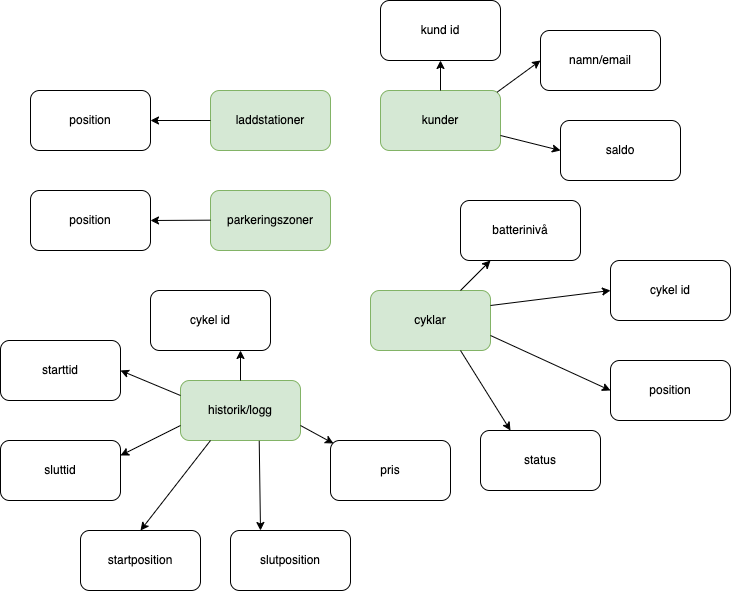
Earlier version of the draw.io export databaseskiss.png (andreasthiberg/vteam-grupp5). Source tidied: cells renumbered, new cells last; positions are measured from the earlier drawing's top-left corner, leaving out a move shared by most shapes. Source of this version:
```xml
<mxGraphModel background="#ffffff">
  <root>
    <mxCell id="0" />
    <mxCell id="1" parent="0" />
    <mxCell id="2" value="cyklar" style="rounded=1;whiteSpace=wrap;html=1;fillColor=#d5e8d4;strokeColor=#82b366;" parent="1" vertex="1">
      <mxGeometry x="370" y="290" width="120" height="60" as="geometry" />
    </mxCell>
    <mxCell id="3" value="position" style="rounded=1;whiteSpace=wrap;html=1;" parent="1" vertex="1">
      <mxGeometry x="610" y="360" width="120" height="60" as="geometry" />
    </mxCell>
    <mxCell id="4" value="kunder" style="rounded=1;whiteSpace=wrap;html=1;fillColor=#d5e8d4;strokeColor=#82b366;" parent="1" vertex="1">
      <mxGeometry x="380" y="90" width="120" height="60" as="geometry" />
    </mxCell>
    <mxCell id="5" value="status" style="rounded=1;whiteSpace=wrap;html=1;" parent="1" vertex="1">
      <mxGeometry x="480" y="430" width="120" height="60" as="geometry" />
    </mxCell>
    <mxCell id="6" value="cykel id" style="rounded=1;whiteSpace=wrap;html=1;" parent="1" vertex="1">
      <mxGeometry x="610" y="260" width="120" height="60" as="geometry" />
    </mxCell>
    <mxCell id="7" value="kund id" style="rounded=1;whiteSpace=wrap;html=1;" parent="1" vertex="1">
      <mxGeometry x="380" width="120" height="60" as="geometry" />
    </mxCell>
    <mxCell id="8" value="laddstationer" style="rounded=1;whiteSpace=wrap;html=1;fillColor=#d5e8d4;strokeColor=#82b366;" parent="1" vertex="1">
      <mxGeometry x="210" y="90" width="120" height="60" as="geometry" />
    </mxCell>
    <mxCell id="9" value="parkeringszoner" style="rounded=1;whiteSpace=wrap;html=1;fillColor=#d5e8d4;strokeColor=#82b366;" parent="1" vertex="1">
      <mxGeometry x="210" y="190" width="120" height="60" as="geometry" />
    </mxCell>
    <mxCell id="10" style="endArrow=classic;html=1;rounded=0;entryX=0;entryY=0.5;entryDx=0;entryDy=0;exitX=1;exitY=0.25;exitDx=0;exitDy=0;" parent="1" edge="1" source="2" target="6">
      <mxGeometry relative="1" as="geometry" />
    </mxCell>
    <mxCell id="11" style="endArrow=classic;html=1;rounded=0;entryX=0;entryY=0.5;entryDx=0;entryDy=0;exitX=1;exitY=0.75;exitDx=0;exitDy=0;" parent="1" edge="1" source="2" target="3">
      <mxGeometry relative="1" as="geometry" />
    </mxCell>
    <mxCell id="12" style="endArrow=classic;html=1;rounded=0;entryX=0.25;entryY=0;entryDx=0;entryDy=0;exitX=0.75;exitY=1;exitDx=0;exitDy=0;" parent="1" edge="1" source="2" target="5">
      <mxGeometry relative="1" as="geometry" />
    </mxCell>
    <mxCell id="13" value="historik/logg" style="rounded=1;whiteSpace=wrap;html=1;fillColor=#d5e8d4;strokeColor=#82b366;" parent="1" vertex="1">
      <mxGeometry x="180" y="380" width="120" height="60" as="geometry" />
    </mxCell>
    <mxCell id="14" value="starttid" style="rounded=1;whiteSpace=wrap;html=1;" parent="1" vertex="1">
      <mxGeometry y="340" width="120" height="60" as="geometry" />
    </mxCell>
    <mxCell id="15" value="cykel id" style="rounded=1;whiteSpace=wrap;html=1;" parent="1" vertex="1">
      <mxGeometry x="150" y="290" width="120" height="60" as="geometry" />
    </mxCell>
    <mxCell id="16" value="sluttid" style="rounded=1;whiteSpace=wrap;html=1;" parent="1" vertex="1">
      <mxGeometry y="440" width="120" height="60" as="geometry" />
    </mxCell>
    <mxCell id="17" value="startposition" style="rounded=1;whiteSpace=wrap;html=1;" parent="1" vertex="1">
      <mxGeometry x="80" y="530" width="120" height="60" as="geometry" />
    </mxCell>
    <mxCell id="18" value="pris" style="rounded=1;whiteSpace=wrap;html=1;" parent="1" vertex="1">
      <mxGeometry x="330" y="440" width="120" height="60" as="geometry" />
    </mxCell>
    <mxCell id="19" value="slutposition" style="rounded=1;whiteSpace=wrap;html=1;" parent="1" vertex="1">
      <mxGeometry x="230" y="530" width="120" height="60" as="geometry" />
    </mxCell>
    <mxCell id="20" value="saldo" style="rounded=1;whiteSpace=wrap;html=1;" parent="1" vertex="1">
      <mxGeometry x="560" y="120" width="120" height="60" as="geometry" />
    </mxCell>
    <mxCell id="21" style="endArrow=classic;html=1;rounded=0;entryX=0;entryY=0.5;entryDx=0;entryDy=0;exitX=1;exitY=0.75;exitDx=0;exitDy=0;" parent="1" edge="1" source="4" target="20">
      <mxGeometry relative="1" as="geometry" />
    </mxCell>
    <mxCell id="22" style="endArrow=classic;html=1;rounded=0;entryX=0.75;entryY=1;entryDx=0;entryDy=0;exitX=0.5;exitY=0;exitDx=0;exitDy=0;" parent="1" edge="1" source="13" target="15">
      <mxGeometry relative="1" as="geometry" />
    </mxCell>
    <mxCell id="23" style="endArrow=classic;html=1;rounded=0;entryX=1;entryY=0.5;entryDx=0;entryDy=0;exitX=0;exitY=0.25;exitDx=0;exitDy=0;" parent="1" edge="1" source="13" target="14">
      <mxGeometry relative="1" as="geometry" />
    </mxCell>
    <mxCell id="24" style="endArrow=classic;html=1;rounded=0;entryX=1;entryY=0.25;entryDx=0;entryDy=0;exitX=0;exitY=0.75;exitDx=0;exitDy=0;" parent="1" edge="1" source="13" target="16">
      <mxGeometry relative="1" as="geometry" />
    </mxCell>
    <mxCell id="25" style="endArrow=classic;html=1;rounded=0;entryX=0.5;entryY=0;entryDx=0;entryDy=0;exitX=0.25;exitY=1;exitDx=0;exitDy=0;" parent="1" edge="1" source="13" target="17">
      <mxGeometry relative="1" as="geometry" />
    </mxCell>
    <mxCell id="26" style="endArrow=classic;html=1;rounded=0;entryX=0.25;entryY=0;entryDx=0;entryDy=0;exitX=0.656;exitY=1.006;exitDx=0;exitDy=0;exitPerimeter=0;" parent="1" edge="1" source="13" target="19">
      <mxGeometry relative="1" as="geometry" />
    </mxCell>
    <mxCell id="27" style="endArrow=classic;html=1;rounded=0;exitX=1;exitY=0.75;exitDx=0;exitDy=0;entryX=0.025;entryY=0.05;entryDx=0;entryDy=0;entryPerimeter=0;" parent="1" edge="1" source="13" target="18">
      <mxGeometry relative="1" as="geometry" />
    </mxCell>
    <mxCell id="28" value="batterinivå" style="rounded=1;whiteSpace=wrap;html=1;" parent="1" vertex="1">
      <mxGeometry x="460" y="200" width="120" height="60" as="geometry" />
    </mxCell>
    <mxCell id="29" style="endArrow=classic;html=1;rounded=0;entryX=0.25;entryY=1;entryDx=0;entryDy=0;exitX=0.75;exitY=0;exitDx=0;exitDy=0;" parent="1" edge="1" source="2" target="28">
      <mxGeometry relative="1" as="geometry" />
    </mxCell>
    <mxCell id="30" value="namn/email" style="rounded=1;whiteSpace=wrap;html=1;" parent="1" vertex="1">
      <mxGeometry x="540" y="30" width="120" height="60" as="geometry" />
    </mxCell>
    <mxCell id="31" style="endArrow=classic;html=1;rounded=0;exitX=0.971;exitY=0.029;exitDx=0;exitDy=0;entryX=0;entryY=0.5;entryDx=0;entryDy=0;exitPerimeter=0;" parent="1" edge="1" source="4" target="30">
      <mxGeometry relative="1" as="geometry" />
    </mxCell>
    <mxCell id="32" value="position" style="rounded=1;whiteSpace=wrap;html=1;" parent="1" vertex="1">
      <mxGeometry x="30" y="90" width="120" height="60" as="geometry" />
    </mxCell>
    <mxCell id="33" value="position" style="rounded=1;whiteSpace=wrap;html=1;" parent="1" vertex="1">
      <mxGeometry x="30" y="190" width="120" height="60" as="geometry" />
    </mxCell>
    <mxCell id="34" style="endArrow=classic;html=1;rounded=0;entryX=1;entryY=0.5;entryDx=0;entryDy=0;exitX=0;exitY=0.5;exitDx=0;exitDy=0;" parent="1" edge="1" source="8" target="32">
      <mxGeometry relative="1" as="geometry" />
    </mxCell>
    <mxCell id="35" style="endArrow=classic;html=1;rounded=0;entryX=1;entryY=0.5;entryDx=0;entryDy=0;exitX=0;exitY=0.5;exitDx=0;exitDy=0;" parent="1" edge="1" target="33">
      <mxGeometry relative="1" as="geometry">
        <mxPoint x="210" y="219.7" as="sourcePoint" />
      </mxGeometry>
    </mxCell>
    <mxCell id="36" style="endArrow=classic;html=1;rounded=0;exitX=0.5;exitY=0;exitDx=0;exitDy=0;entryX=0.5;entryY=1;entryDx=0;entryDy=0;" parent="1" edge="1" source="4" target="7">
      <mxGeometry relative="1" as="geometry" />
    </mxCell>
  </root>
</mxGraphModel>
```
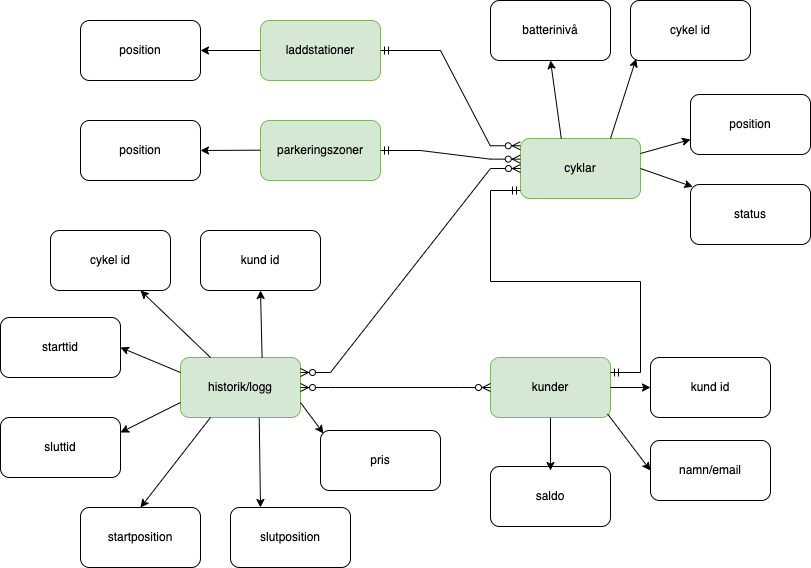
After the change.

Commit message:
Fixed database model

Diff of the diagram source:
```diff
@@ -3,66 +3,68 @@
     <mxCell id="0" />
     <mxCell id="1" parent="0" />
     <mxCell id="2" value="cyklar" style="rounded=1;whiteSpace=wrap;html=1;fillColor=#d5e8d4;strokeColor=#82b366;" parent="1" vertex="1">
-      <mxGeometry x="370" y="290" width="120" height="60" as="geometry" />
+      <mxGeometry x="490" y="228" width="120" height="60" as="geometry" />
     </mxCell>
     <mxCell id="3" value="position" style="rounded=1;whiteSpace=wrap;html=1;" parent="1" vertex="1">
-      <mxGeometry x="610" y="360" width="120" height="60" as="geometry" />
+      <mxGeometry x="660" y="184" width="120" height="60" as="geometry" />
     </mxCell>
     <mxCell id="4" value="kunder" style="rounded=1;whiteSpace=wrap;html=1;fillColor=#d5e8d4;strokeColor=#82b366;" parent="1" vertex="1">
-      <mxGeometry x="380" y="90" width="120" height="60" as="geometry" />
+      <mxGeometry x="460" y="447" width="120" height="60" as="geometry" />
     </mxCell>
     <mxCell id="5" value="status" style="rounded=1;whiteSpace=wrap;html=1;" parent="1" vertex="1">
-      <mxGeometry x="480" y="430" width="120" height="60" as="geometry" />
+      <mxGeometry x="660" y="274" width="120" height="60" as="geometry" />
     </mxCell>
     <mxCell id="6" value="cykel id" style="rounded=1;whiteSpace=wrap;html=1;" parent="1" vertex="1">
-      <mxGeometry x="610" y="260" width="120" height="60" as="geometry" />
+      <mxGeometry x="600" y="90" width="120" height="60" as="geometry" />
     </mxCell>
     <mxCell id="7" value="kund id" style="rounded=1;whiteSpace=wrap;html=1;" parent="1" vertex="1">
-      <mxGeometry x="380" width="120" height="60" as="geometry" />
+      <mxGeometry x="620" y="447" width="120" height="60" as="geometry" />
     </mxCell>
     <mxCell id="8" value="laddstationer" style="rounded=1;whiteSpace=wrap;html=1;fillColor=#d5e8d4;strokeColor=#82b366;" parent="1" vertex="1">
-      <mxGeometry x="210" y="90" width="120" height="60" as="geometry" />
+      <mxGeometry x="230" y="110" width="120" height="60" as="geometry" />
     </mxCell>
     <mxCell id="9" value="parkeringszoner" style="rounded=1;whiteSpace=wrap;html=1;fillColor=#d5e8d4;strokeColor=#82b366;" parent="1" vertex="1">
-      <mxGeometry x="210" y="190" width="120" height="60" as="geometry" />
+      <mxGeometry x="230" y="210" width="120" height="60" as="geometry" />
     </mxCell>
-    <mxCell id="10" style="endArrow=classic;html=1;rounded=0;entryX=0;entryY=0.5;entryDx=0;entryDy=0;exitX=1;exitY=0.25;exitDx=0;exitDy=0;" parent="1" edge="1" source="2" target="6">
+    <mxCell id="10" style="endArrow=classic;html=1;rounded=0;entryX=0.047;entryY=0.97;entryDx=0;entryDy=0;exitX=0.75;exitY=0;exitDx=0;exitDy=0;entryPerimeter=0;" parent="1" edge="1" source="2" target="6">
       <mxGeometry relative="1" as="geometry" />
     </mxCell>
-    <mxCell id="11" style="endArrow=classic;html=1;rounded=0;entryX=0;entryY=0.5;entryDx=0;entryDy=0;exitX=1;exitY=0.75;exitDx=0;exitDy=0;" parent="1" edge="1" source="2" target="3">
+    <mxCell id="11" style="endArrow=classic;html=1;rounded=0;entryX=0;entryY=0.75;entryDx=0;entryDy=0;exitX=1;exitY=0.25;exitDx=0;exitDy=0;" parent="1" edge="1" source="2" target="3">
       <mxGeometry relative="1" as="geometry" />
     </mxCell>
-    <mxCell id="12" style="endArrow=classic;html=1;rounded=0;entryX=0.25;entryY=0;entryDx=0;entryDy=0;exitX=0.75;exitY=1;exitDx=0;exitDy=0;" parent="1" edge="1" source="2" target="5">
+    <mxCell id="12" style="endArrow=classic;html=1;rounded=0;entryX=0.019;entryY=0.038;entryDx=0;entryDy=0;exitX=1;exitY=0.5;exitDx=0;exitDy=0;entryPerimeter=0;" parent="1" edge="1" source="2" target="5">
       <mxGeometry relative="1" as="geometry" />
     </mxCell>
     <mxCell id="13" value="historik/logg" style="rounded=1;whiteSpace=wrap;html=1;fillColor=#d5e8d4;strokeColor=#82b366;" parent="1" vertex="1">
-      <mxGeometry x="180" y="380" width="120" height="60" as="geometry" />
+      <mxGeometry x="150" y="447" width="120" height="60" as="geometry" />
     </mxCell>
     <mxCell id="14" value="starttid" style="rounded=1;whiteSpace=wrap;html=1;" parent="1" vertex="1">
-      <mxGeometry y="340" width="120" height="60" as="geometry" />
+      <mxGeometry x="-30" y="407" width="120" height="60" as="geometry" />
     </mxCell>
     <mxCell id="15" value="cykel id" style="rounded=1;whiteSpace=wrap;html=1;" parent="1" vertex="1">
-      <mxGeometry x="150" y="290" width="120" height="60" as="geometry" />
+      <mxGeometry x="20" y="320" width="120" height="60" as="geometry" />
     </mxCell>
     <mxCell id="16" value="sluttid" style="rounded=1;whiteSpace=wrap;html=1;" parent="1" vertex="1">
-      <mxGeometry y="440" width="120" height="60" as="geometry" />
+      <mxGeometry x="-30" y="507" width="120" height="60" as="geometry" />
     </mxCell>
     <mxCell id="17" value="startposition" style="rounded=1;whiteSpace=wrap;html=1;" parent="1" vertex="1">
-      <mxGeometry x="80" y="530" width="120" height="60" as="geometry" />
+      <mxGeometry x="50" y="597" width="120" height="60" as="geometry" />
     </mxCell>
     <mxCell id="18" value="pris" style="rounded=1;whiteSpace=wrap;html=1;" parent="1" vertex="1">
-      <mxGeometry x="330" y="440" width="120" height="60" as="geometry" />
+      <mxGeometry x="290" y="520" width="120" height="60" as="geometry" />
     </mxCell>
     <mxCell id="19" value="slutposition" style="rounded=1;whiteSpace=wrap;html=1;" parent="1" vertex="1">
-      <mxGeometry x="230" y="530" width="120" height="60" as="geometry" />
+      <mxGeometry x="200" y="597" width="120" height="60" as="geometry" />
     </mxCell>
     <mxCell id="20" value="saldo" style="rounded=1;whiteSpace=wrap;html=1;" parent="1" vertex="1">
-      <mxGeometry x="560" y="120" width="120" height="60" as="geometry" />
+      <mxGeometry x="460" y="556" width="120" height="60" as="geometry" />
     </mxCell>
-    <mxCell id="21" style="endArrow=classic;html=1;rounded=0;entryX=0;entryY=0.5;entryDx=0;entryDy=0;exitX=1;exitY=0.75;exitDx=0;exitDy=0;" parent="1" edge="1" source="4" target="20">
-      <mxGeometry relative="1" as="geometry" />
+    <mxCell id="21" style="endArrow=classic;html=1;rounded=0;entryX=0.5;entryY=0;entryDx=0;entryDy=0;exitX=0.5;exitY=1;exitDx=0;exitDy=0;" parent="1" edge="1" source="4">
+      <mxGeometry relative="1" as="geometry">
+        <mxPoint x="520" y="560" as="targetPoint" />
+      </mxGeometry>
     </mxCell>
-    <mxCell id="22" style="endArrow=classic;html=1;rounded=0;entryX=0.75;entryY=1;entryDx=0;entryDy=0;exitX=0.5;exitY=0;exitDx=0;exitDy=0;" parent="1" edge="1" source="13" target="15">
+    <mxCell id="22" style="endArrow=classic;html=1;rounded=0;entryX=0.75;entryY=1;entryDx=0;entryDy=0;exitX=0.25;exitY=0;exitDx=0;exitDy=0;" parent="1" edge="1" source="13" target="15">
       <mxGeometry relative="1" as="geometry" />
     </mxCell>
     <mxCell id="23" style="endArrow=classic;html=1;rounded=0;entryX=1;entryY=0.5;entryDx=0;entryDy=0;exitX=0;exitY=0.25;exitDx=0;exitDy=0;" parent="1" edge="1" source="13" target="14">
@@ -81,33 +83,70 @@
       <mxGeometry relative="1" as="geometry" />
     </mxCell>
     <mxCell id="28" value="batterinivå" style="rounded=1;whiteSpace=wrap;html=1;" parent="1" vertex="1">
-      <mxGeometry x="460" y="200" width="120" height="60" as="geometry" />
+      <mxGeometry x="460" y="90" width="120" height="60" as="geometry" />
     </mxCell>
-    <mxCell id="29" style="endArrow=classic;html=1;rounded=0;entryX=0.25;entryY=1;entryDx=0;entryDy=0;exitX=0.75;exitY=0;exitDx=0;exitDy=0;" parent="1" edge="1" source="2" target="28">
+    <mxCell id="29" style="endArrow=classic;html=1;rounded=0;entryX=0.5;entryY=1;entryDx=0;entryDy=0;exitX=0.34;exitY=0;exitDx=0;exitDy=0;exitPerimeter=0;" parent="1" edge="1" source="2" target="28">
       <mxGeometry relative="1" as="geometry" />
     </mxCell>
     <mxCell id="30" value="namn/email" style="rounded=1;whiteSpace=wrap;html=1;" parent="1" vertex="1">
-      <mxGeometry x="540" y="30" width="120" height="60" as="geometry" />
+      <mxGeometry x="620" y="530" width="120" height="60" as="geometry" />
     </mxCell>
-    <mxCell id="31" style="endArrow=classic;html=1;rounded=0;exitX=0.971;exitY=0.029;exitDx=0;exitDy=0;entryX=0;entryY=0.5;entryDx=0;entryDy=0;exitPerimeter=0;" parent="1" edge="1" source="4" target="30">
+    <mxCell id="31" style="endArrow=classic;html=1;rounded=0;exitX=0.975;exitY=0.939;exitDx=0;exitDy=0;entryX=0;entryY=0.5;entryDx=0;entryDy=0;exitPerimeter=0;" parent="1" edge="1" source="4" target="30">
       <mxGeometry relative="1" as="geometry" />
     </mxCell>
     <mxCell id="32" value="position" style="rounded=1;whiteSpace=wrap;html=1;" parent="1" vertex="1">
-      <mxGeometry x="30" y="90" width="120" height="60" as="geometry" />
+      <mxGeometry x="50" y="110" width="120" height="60" as="geometry" />
     </mxCell>
     <mxCell id="33" value="position" style="rounded=1;whiteSpace=wrap;html=1;" parent="1" vertex="1">
-      <mxGeometry x="30" y="190" width="120" height="60" as="geometry" />
+      <mxGeometry x="50" y="210" width="120" height="60" as="geometry" />
     </mxCell>
     <mxCell id="34" style="endArrow=classic;html=1;rounded=0;entryX=1;entryY=0.5;entryDx=0;entryDy=0;exitX=0;exitY=0.5;exitDx=0;exitDy=0;" parent="1" edge="1" source="8" target="32">
       <mxGeometry relative="1" as="geometry" />
     </mxCell>
     <mxCell id="35" style="endArrow=classic;html=1;rounded=0;entryX=1;entryY=0.5;entryDx=0;entryDy=0;exitX=0;exitY=0.5;exitDx=0;exitDy=0;" parent="1" edge="1" target="33">
       <mxGeometry relative="1" as="geometry">
-        <mxPoint x="210" y="219.7" as="sourcePoint" />
+        <mxPoint x="230" y="239.7" as="sourcePoint" />
       </mxGeometry>
     </mxCell>
-    <mxCell id="36" style="endArrow=classic;html=1;rounded=0;exitX=0.5;exitY=0;exitDx=0;exitDy=0;entryX=0.5;entryY=1;entryDx=0;entryDy=0;" parent="1" edge="1" source="4" target="7">
+    <mxCell id="36" style="endArrow=classic;html=1;rounded=0;exitX=1;exitY=0.5;exitDx=0;exitDy=0;entryX=0;entryY=0.5;entryDx=0;entryDy=0;" parent="1" edge="1" source="4" target="7">
       <mxGeometry relative="1" as="geometry" />
     </mxCell>
+    <mxCell id="37" value="kund id" style="rounded=1;whiteSpace=wrap;html=1;" parent="1" vertex="1">
+      <mxGeometry x="170" y="320" width="120" height="60" as="geometry" />
+    </mxCell>
+    <mxCell id="38" style="endArrow=classic;html=1;rounded=0;entryX=0.5;entryY=1;entryDx=0;entryDy=0;exitX=0.68;exitY=0.007;exitDx=0;exitDy=0;exitPerimeter=0;" parent="1" edge="1" source="13" target="37">
+      <mxGeometry relative="1" as="geometry" />
+    </mxCell>
+    <mxCell id="39" style="edgeStyle=entityRelationEdgeStyle;fontSize=12;html=1;endArrow=ERzeroToMany;endFill=1;rounded=0;entryX=-0.002;entryY=0.344;entryDx=0;entryDy=0;entryPerimeter=0;" parent="1" edge="1" target="2">
+      <mxGeometry relative="1" as="geometry">
+        <mxPoint x="360" y="240" as="sourcePoint" />
+      </mxGeometry>
+    </mxCell>
+    <mxCell id="40" style="edgeStyle=entityRelationEdgeStyle;fontSize=12;html=1;endArrow=ERmandOne;rounded=0;entryX=1;entryY=0.5;entryDx=0;entryDy=0;" parent="1" edge="1" target="9">
+      <mxGeometry relative="1" as="geometry">
+        <mxPoint x="360" y="240" as="sourcePoint" />
+      </mxGeometry>
+    </mxCell>
+    <mxCell id="41" style="edgeStyle=entityRelationEdgeStyle;fontSize=12;html=1;endArrow=ERmandOne;rounded=0;entryX=1;entryY=0.5;entryDx=0;entryDy=0;" parent="1" edge="1" target="8">
+      <mxGeometry relative="1" as="geometry">
+        <mxPoint x="380" y="140" as="sourcePoint" />
+      </mxGeometry>
+    </mxCell>
+    <mxCell id="42" style="edgeStyle=entityRelationEdgeStyle;fontSize=12;html=1;endArrow=ERzeroToMany;endFill=1;rounded=0;entryX=-0.002;entryY=0.121;entryDx=0;entryDy=0;entryPerimeter=0;" parent="1" edge="1" target="2">
+      <mxGeometry relative="1" as="geometry">
+        <mxPoint x="380" y="140" as="sourcePoint" />
+      </mxGeometry>
+    </mxCell>
+    <mxCell id="43" style="edgeStyle=entityRelationEdgeStyle;fontSize=12;html=1;endArrow=ERzeroToMany;endFill=1;startArrow=ERzeroToMany;rounded=0;entryX=0;entryY=0.5;entryDx=0;entryDy=0;exitX=1;exitY=0.25;exitDx=0;exitDy=0;" parent="1" edge="1" source="13" target="2">
+      <mxGeometry relative="1" as="geometry" />
+    </mxCell>
+    <mxCell id="44" style="edgeStyle=entityRelationEdgeStyle;fontSize=12;html=1;endArrow=ERmandOne;startArrow=ERmandOne;rounded=0;exitX=1;exitY=0.25;exitDx=0;exitDy=0;" parent="1" edge="1" source="4">
+      <mxGeometry relative="1" as="geometry">
+        <mxPoint x="490" y="280" as="targetPoint" />
+      </mxGeometry>
+    </mxCell>
+    <mxCell id="45" style="edgeStyle=entityRelationEdgeStyle;fontSize=12;html=1;endArrow=ERzeroToMany;endFill=1;startArrow=ERzeroToMany;rounded=0;entryX=0;entryY=0.5;entryDx=0;entryDy=0;exitX=1;exitY=0.5;exitDx=0;exitDy=0;" parent="1" edge="1" source="13" target="4">
+      <mxGeometry relative="1" as="geometry" />
+    </mxCell>
   </root>
 </mxGraphModel>
```
